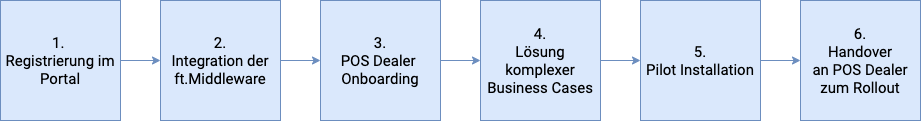
Above: for-poscreators/media/pos-creator-integration-phases-de.png in fiskaltrust/productdescription-de-doc (draw.io), before the change. Source tidied: cells renumbered, new cells last; positions are measured from the earlier drawing's top-left corner, leaving out a move shared by most shapes. Source of this version:
```xml
<mxGraphModel>
  <root>
    <mxCell id="0" />
    <mxCell id="1" parent="0" />
    <mxCell id="2" style="edgeStyle=orthogonalEdgeStyle;rounded=0;jettySize=auto;html=1;fillColor=#dae8fc;strokeColor=#6c8ebf;" parent="1" edge="1" source="3" target="5">
      <mxGeometry relative="1" as="geometry" />
    </mxCell>
    <mxCell id="3" value="&lt;font face=&quot;Roboto&quot; style=&quot;font-size: 15px&quot;&gt;1. &lt;br&gt;Registrierung im Portal&lt;/font&gt;" style="rounded=0;whiteSpace=wrap;html=1;fillColor=#dae8fc;strokeColor=#6c8ebf;" parent="1" vertex="1">
      <mxGeometry width="120" height="120" as="geometry" />
    </mxCell>
    <mxCell id="4" style="edgeStyle=orthogonalEdgeStyle;rounded=0;jettySize=auto;html=1;fillColor=#dae8fc;strokeColor=#6c8ebf;" parent="1" edge="1" source="5" target="6">
      <mxGeometry relative="1" as="geometry" />
    </mxCell>
    <mxCell id="5" value="&lt;font face=&quot;Roboto&quot; style=&quot;font-size: 15px&quot;&gt;2.&lt;br&gt;Integration der ft.Middleware&lt;/font&gt;" style="rounded=0;whiteSpace=wrap;html=1;fillColor=#dae8fc;strokeColor=#6c8ebf;" parent="1" vertex="1">
      <mxGeometry x="160" width="120" height="120" as="geometry" />
    </mxCell>
    <mxCell id="6" value="&lt;font face=&quot;Roboto&quot; style=&quot;font-size: 15px&quot;&gt;&lt;span&gt;3.&lt;/span&gt;&lt;br&gt;&lt;span&gt;POS Dealer&amp;nbsp;&lt;/span&gt;&lt;br&gt;&lt;span&gt;Onboarding&lt;/span&gt;&lt;/font&gt;" style="rounded=0;whiteSpace=wrap;html=1;fillColor=#dae8fc;strokeColor=#6c8ebf;" parent="1" vertex="1">
      <mxGeometry x="320" width="120" height="120" as="geometry" />
    </mxCell>
    <mxCell id="7" value="&lt;font face=&quot;Roboto&quot; style=&quot;font-size: 15px&quot;&gt;&lt;span&gt;4.&lt;/span&gt;&lt;br&gt;Lösung komplexer Business Cases&lt;br&gt;&lt;/font&gt;" style="rounded=0;whiteSpace=wrap;html=1;fillColor=#dae8fc;strokeColor=#6c8ebf;" parent="1" vertex="1">
      <mxGeometry x="480" width="120" height="120" as="geometry" />
    </mxCell>
    <mxCell id="8" value="&lt;font face=&quot;Roboto&quot; style=&quot;font-size: 15px&quot;&gt;&lt;span&gt;5.&lt;/span&gt;&lt;br&gt;&lt;span&gt;Pilot Installation&lt;/span&gt;&lt;/font&gt;" style="rounded=0;whiteSpace=wrap;html=1;fillColor=#dae8fc;strokeColor=#6c8ebf;" parent="1" vertex="1">
      <mxGeometry x="640" width="120" height="120" as="geometry" />
    </mxCell>
    <mxCell id="9" value="&lt;font style=&quot;font-size: 15px&quot; face=&quot;Roboto&quot;&gt;&lt;span&gt;6.&lt;/span&gt;&lt;br&gt;&lt;span&gt;Handover&lt;br&gt;an POS Dealer zum Rollout&lt;br&gt;&lt;/span&gt;&lt;/font&gt;" style="rounded=0;whiteSpace=wrap;html=1;fillColor=#dae8fc;strokeColor=#6c8ebf;" parent="1" vertex="1">
      <mxGeometry x="800" width="120" height="120" as="geometry" />
    </mxCell>
    <mxCell id="10" style="edgeStyle=orthogonalEdgeStyle;rounded=0;jettySize=auto;html=1;fillColor=#dae8fc;strokeColor=#6c8ebf;exitX=1;exitY=0.5;exitDx=0;exitDy=0;entryX=0;entryY=0.5;entryDx=0;entryDy=0;" parent="1" edge="1" source="6" target="7">
      <mxGeometry relative="1" as="geometry" />
    </mxCell>
    <mxCell id="11" style="edgeStyle=orthogonalEdgeStyle;rounded=0;jettySize=auto;html=1;fillColor=#dae8fc;strokeColor=#6c8ebf;exitX=1;exitY=0.5;exitDx=0;exitDy=0;entryX=0;entryY=0.5;entryDx=0;entryDy=0;" parent="1" edge="1" source="7" target="8">
      <mxGeometry relative="1" as="geometry" />
    </mxCell>
    <mxCell id="12" style="edgeStyle=orthogonalEdgeStyle;rounded=0;jettySize=auto;html=1;fillColor=#dae8fc;strokeColor=#6c8ebf;entryX=0;entryY=0.5;entryDx=0;entryDy=0;exitX=1;exitY=0.5;exitDx=0;exitDy=0;" parent="1" edge="1" source="8" target="9">
      <mxGeometry relative="1" as="geometry" />
    </mxCell>
  </root>
</mxGraphModel>
```
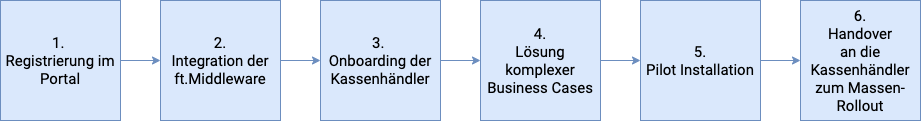
Above is the later version.

Commit message:
update img for pos-creator getting started

The edit, as a diff of the source:
```diff
@@ -14,7 +14,7 @@
     <mxCell id="5" value="&lt;font face=&quot;Roboto&quot; style=&quot;font-size: 15px&quot;&gt;2.&lt;br&gt;Integration der ft.Middleware&lt;/font&gt;" style="rounded=0;whiteSpace=wrap;html=1;fillColor=#dae8fc;strokeColor=#6c8ebf;" parent="1" vertex="1">
       <mxGeometry x="160" width="120" height="120" as="geometry" />
     </mxCell>
-    <mxCell id="6" value="&lt;font face=&quot;Roboto&quot; style=&quot;font-size: 15px&quot;&gt;&lt;span&gt;3.&lt;/span&gt;&lt;br&gt;&lt;span&gt;POS Dealer&amp;nbsp;&lt;/span&gt;&lt;br&gt;&lt;span&gt;Onboarding&lt;/span&gt;&lt;/font&gt;" style="rounded=0;whiteSpace=wrap;html=1;fillColor=#dae8fc;strokeColor=#6c8ebf;" parent="1" vertex="1">
+    <mxCell id="6" value="&lt;font face=&quot;Roboto&quot; style=&quot;font-size: 15px&quot;&gt;&lt;span&gt;3.&lt;/span&gt;&lt;span&gt;&amp;nbsp;&lt;/span&gt;&lt;br&gt;&lt;span&gt;Onboarding der Kassenhändler&lt;/span&gt;&lt;/font&gt;" style="rounded=0;whiteSpace=wrap;html=1;fillColor=#dae8fc;strokeColor=#6c8ebf;" parent="1" vertex="1">
       <mxGeometry x="320" width="120" height="120" as="geometry" />
     </mxCell>
     <mxCell id="7" value="&lt;font face=&quot;Roboto&quot; style=&quot;font-size: 15px&quot;&gt;&lt;span&gt;4.&lt;/span&gt;&lt;br&gt;Lösung komplexer Business Cases&lt;br&gt;&lt;/font&gt;" style="rounded=0;whiteSpace=wrap;html=1;fillColor=#dae8fc;strokeColor=#6c8ebf;" parent="1" vertex="1">
@@ -23,7 +23,7 @@
     <mxCell id="8" value="&lt;font face=&quot;Roboto&quot; style=&quot;font-size: 15px&quot;&gt;&lt;span&gt;5.&lt;/span&gt;&lt;br&gt;&lt;span&gt;Pilot Installation&lt;/span&gt;&lt;/font&gt;" style="rounded=0;whiteSpace=wrap;html=1;fillColor=#dae8fc;strokeColor=#6c8ebf;" parent="1" vertex="1">
       <mxGeometry x="640" width="120" height="120" as="geometry" />
     </mxCell>
-    <mxCell id="9" value="&lt;font style=&quot;font-size: 15px&quot; face=&quot;Roboto&quot;&gt;&lt;span&gt;6.&lt;/span&gt;&lt;br&gt;&lt;span&gt;Handover&lt;br&gt;an POS Dealer zum Rollout&lt;br&gt;&lt;/span&gt;&lt;/font&gt;" style="rounded=0;whiteSpace=wrap;html=1;fillColor=#dae8fc;strokeColor=#6c8ebf;" parent="1" vertex="1">
+    <mxCell id="9" value="&lt;font style=&quot;font-size: 15px&quot; face=&quot;Roboto&quot;&gt;&lt;span&gt;6.&lt;/span&gt;&lt;br&gt;&lt;span&gt;Handover&lt;br&gt;an die Kassenhändler zum Massen-Rollout&lt;br&gt;&lt;/span&gt;&lt;/font&gt;" style="rounded=0;whiteSpace=wrap;html=1;fillColor=#dae8fc;strokeColor=#6c8ebf;" parent="1" vertex="1">
       <mxGeometry x="800" width="120" height="120" as="geometry" />
     </mxCell>
     <mxCell id="10" style="edgeStyle=orthogonalEdgeStyle;rounded=0;jettySize=auto;html=1;fillColor=#dae8fc;strokeColor=#6c8ebf;exitX=1;exitY=0.5;exitDx=0;exitDy=0;entryX=0;entryY=0.5;entryDx=0;entryDy=0;" parent="1" edge="1" source="6" target="7">
```
